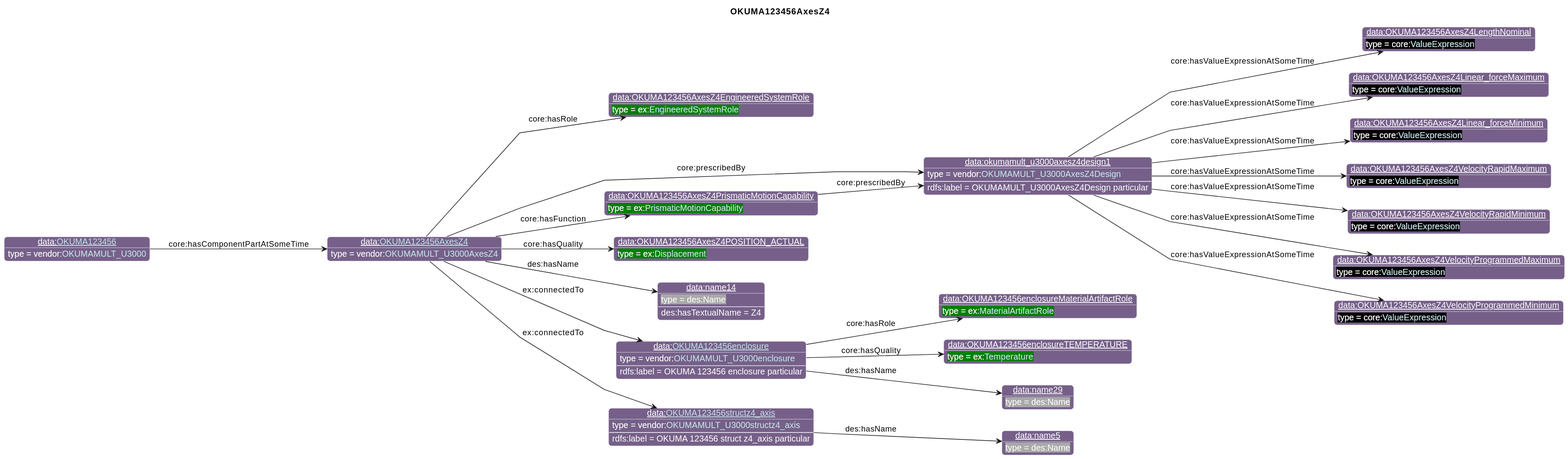
The PlantUML diagram diagrams/OKUMA123456AxesZ4.svg in iofoundry/example-syseng-mtconnect, before a commit.
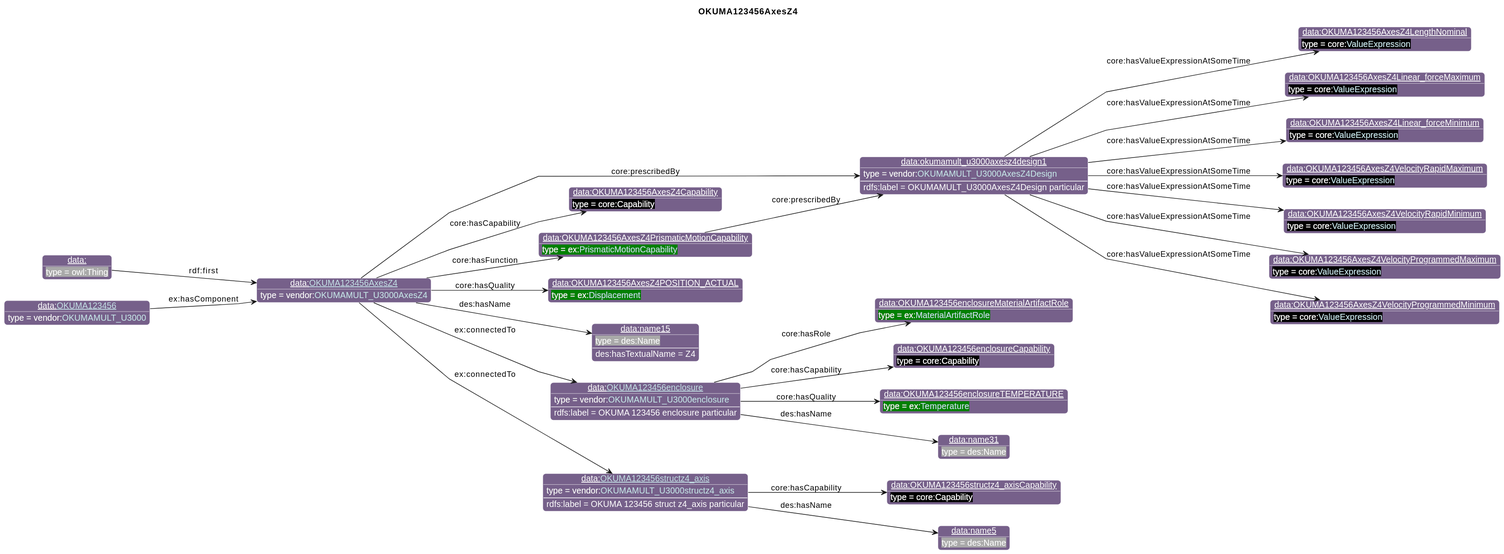
After the commit.

Diff of the diagram source:
```diff
@@ -26,47 +26,53 @@
                       "qp":"641B2E"
       }
 individual(o0, data:[[./OKUMA123456AxesZ4.html OKUMA123456AxesZ4]], vendor:[[../OKUMA.html#OKUMAMULT_U3000AxesZ4 OKUMAMULT_U3000AxesZ4]])
-individual(o1, data:OKUMA123456AxesZ4EngineeredSystemRole, ex:[[../Example.html#EngineeredSystemRole EngineeredSystemRole]])
-individual(o2, data:okumamult_u3000axesz4design1, vendor:[[../OKUMA.html#OKUMAMULT_U3000AxesZ4Design OKUMAMULT_U3000AxesZ4Design]])
-individual(o3, data:OKUMA123456AxesZ4LengthNominal, core:[[https://spec.industrialontologies.org/ontology/core/Core/ValueExpression ValueExpression]])
-individual(o4, data:OKUMA123456AxesZ4Linear_forceMaximum, core:[[https://spec.industrialontologies.org/ontology/core/Core/ValueExpression ValueExpression]])
-individual(o5, data:OKUMA123456AxesZ4Linear_forceMinimum, core:[[https://spec.industrialontologies.org/ontology/core/Core/ValueExpression ValueExpression]])
-individual(o6, data:OKUMA123456AxesZ4VelocityRapidMaximum, core:[[https://spec.industrialontologies.org/ontology/core/Core/ValueExpression ValueExpression]])
-individual(o7, data:OKUMA123456AxesZ4VelocityRapidMinimum, core:[[https://spec.industrialontologies.org/ontology/core/Core/ValueExpression ValueExpression]])
-individual(o8, data:OKUMA123456AxesZ4VelocityProgrammedMaximum, core:[[https://spec.industrialontologies.org/ontology/core/Core/ValueExpression ValueExpression]])
-individual(o9, data:OKUMA123456AxesZ4VelocityProgrammedMinimum, core:[[https://spec.industrialontologies.org/ontology/core/Core/ValueExpression ValueExpression]])
+individual(o1, data:okumamult_u3000axesz4design1, vendor:[[../OKUMA.html#OKUMAMULT_U3000AxesZ4Design OKUMAMULT_U3000AxesZ4Design]])
+individual(o2, data:OKUMA123456AxesZ4LengthNominal, core:[[https://spec.industrialontologies.org/ontology/core/Core/ValueExpression ValueExpression]])
+individual(o3, data:OKUMA123456AxesZ4Linear_forceMaximum, core:[[https://spec.industrialontologies.org/ontology/core/Core/ValueExpression ValueExpression]])
+individual(o4, data:OKUMA123456AxesZ4Linear_forceMinimum, core:[[https://spec.industrialontologies.org/ontology/core/Core/ValueExpression ValueExpression]])
+individual(o5, data:OKUMA123456AxesZ4VelocityRapidMaximum, core:[[https://spec.industrialontologies.org/ontology/core/Core/ValueExpression ValueExpression]])
+individual(o6, data:OKUMA123456AxesZ4VelocityRapidMinimum, core:[[https://spec.industrialontologies.org/ontology/core/Core/ValueExpression ValueExpression]])
+individual(o7, data:OKUMA123456AxesZ4VelocityProgrammedMaximum, core:[[https://spec.industrialontologies.org/ontology/core/Core/ValueExpression ValueExpression]])
+individual(o8, data:OKUMA123456AxesZ4VelocityProgrammedMinimum, core:[[https://spec.industrialontologies.org/ontology/core/Core/ValueExpression ValueExpression]])
+individual(o9, data:OKUMA123456AxesZ4Capability, core:Capability)
 individual(o10, data:OKUMA123456AxesZ4PrismaticMotionCapability, ex:[[../Example.html#PrismaticMotionCapability PrismaticMotionCapability]])
 individual(o11, data:OKUMA123456AxesZ4POSITION_ACTUAL, ex:[[../Example.html#Displacement Displacement]])
-individual(o12, data:name14, des:Name)
+individual(o12, data:name15, des:Name)
 individual(o13, data:[[./OKUMA123456enclosure.html OKUMA123456enclosure]], vendor:[[../OKUMA.html#OKUMAMULT_U3000enclosure OKUMAMULT_U3000enclosure]])
 individual(o14, data:OKUMA123456enclosureMaterialArtifactRole, ex:[[../Example.html#MaterialArtifactRole MaterialArtifactRole]])
-individual(o15, data:OKUMA123456enclosureTEMPERATURE, ex:[[../Example.html#Temperature Temperature]])
-individual(o16, data:name29, des:Name)
-individual(o17, data:[[./OKUMA123456structz4_axis.html OKUMA123456structz4_axis]], vendor:[[../OKUMA.html#OKUMAMULT_U3000structz4_axis OKUMAMULT_U3000structz4_axis]])
-individual(o18, data:name5, des:Name)
-individual(o19, data:[[./OKUMA123456.html OKUMA123456]], vendor:[[../OKUMA.html#OKUMAMULT_U3000 OKUMAMULT_U3000]])
-property(o0, "core:hasRole", o1)
-property(o0, "core:prescribedBy", o2)
-data(o2, "rdfs:label", "OKUMAMULT_U3000AxesZ4Design particular")
-property(o2, "core:hasValueExpressionAtSomeTime", o3)
-property(o2, "core:hasValueExpressionAtSomeTime", o4)
-property(o2, "core:hasValueExpressionAtSomeTime", o5)
-property(o2, "core:hasValueExpressionAtSomeTime", o6)
-property(o2, "core:hasValueExpressionAtSomeTime", o7)
-property(o2, "core:hasValueExpressionAtSomeTime", o8)
-property(o2, "core:hasValueExpressionAtSomeTime", o9)
+individual(o15, data:OKUMA123456enclosureCapability, core:Capability)
+individual(o16, data:OKUMA123456enclosureTEMPERATURE, ex:[[../Example.html#Temperature Temperature]])
+individual(o17, data:name31, des:Name)
+individual(o18, data:[[./OKUMA123456structz4_axis.html OKUMA123456structz4_axis]], vendor:[[../OKUMA.html#OKUMAMULT_U3000structz4_axis OKUMAMULT_U3000structz4_axis]])
+individual(o19, data:OKUMA123456structz4_axisCapability, core:Capability)
+individual(o20, data:name5, des:Name)
+individual(o21, data:, owl:Thing)
+individual(o22, data:[[./OKUMA123456.html OKUMA123456]], vendor:[[../OKUMA.html#OKUMAMULT_U3000 OKUMAMULT_U3000]])
+property(o0, "core:prescribedBy", o1)
+data(o1, "rdfs:label", "OKUMAMULT_U3000AxesZ4Design particular")
+property(o1, "core:hasValueExpressionAtSomeTime", o2)
+property(o1, "core:hasValueExpressionAtSomeTime", o3)
+property(o1, "core:hasValueExpressionAtSomeTime", o4)
+property(o1, "core:hasValueExpressionAtSomeTime", o5)
+property(o1, "core:hasValueExpressionAtSomeTime", o6)
+property(o1, "core:hasValueExpressionAtSomeTime", o7)
+property(o1, "core:hasValueExpressionAtSomeTime", o8)
+property(o0, "core:hasCapability", o9)
 property(o0, "core:hasFunction", o10)
-property(o10, "core:prescribedBy", o2)
+property(o10, "core:prescribedBy", o1)
 property(o0, "core:hasQuality", o11)
 property(o0, "des:hasName", o12)
 data(o12, "des:hasTextualName", "Z4")
 property(o0, "ex:connectedTo", o13)
 data(o13, "rdfs:label", "OKUMA 123456 enclosure particular")
 property(o13, "core:hasRole", o14)
-property(o13, "core:hasQuality", o15)
-property(o13, "des:hasName", o16)
-property(o0, "ex:connectedTo", o17)
-data(o17, "rdfs:label", "OKUMA 123456 struct z4_axis particular")
-property(o17, "des:hasName", o18)
-property(o19, "core:hasComponentPartAtSomeTime", o0)
+property(o13, "core:hasCapability", o15)
+property(o13, "core:hasQuality", o16)
+property(o13, "des:hasName", o17)
+property(o0, "ex:connectedTo", o18)
+data(o18, "rdfs:label", "OKUMA 123456 struct z4_axis particular")
+property(o18, "core:hasCapability", o19)
+property(o18, "des:hasName", o20)
+property(o21, "rdf:first", o0)
+property(o22, "ex:hasComponent", o0)
 @enduml
```
